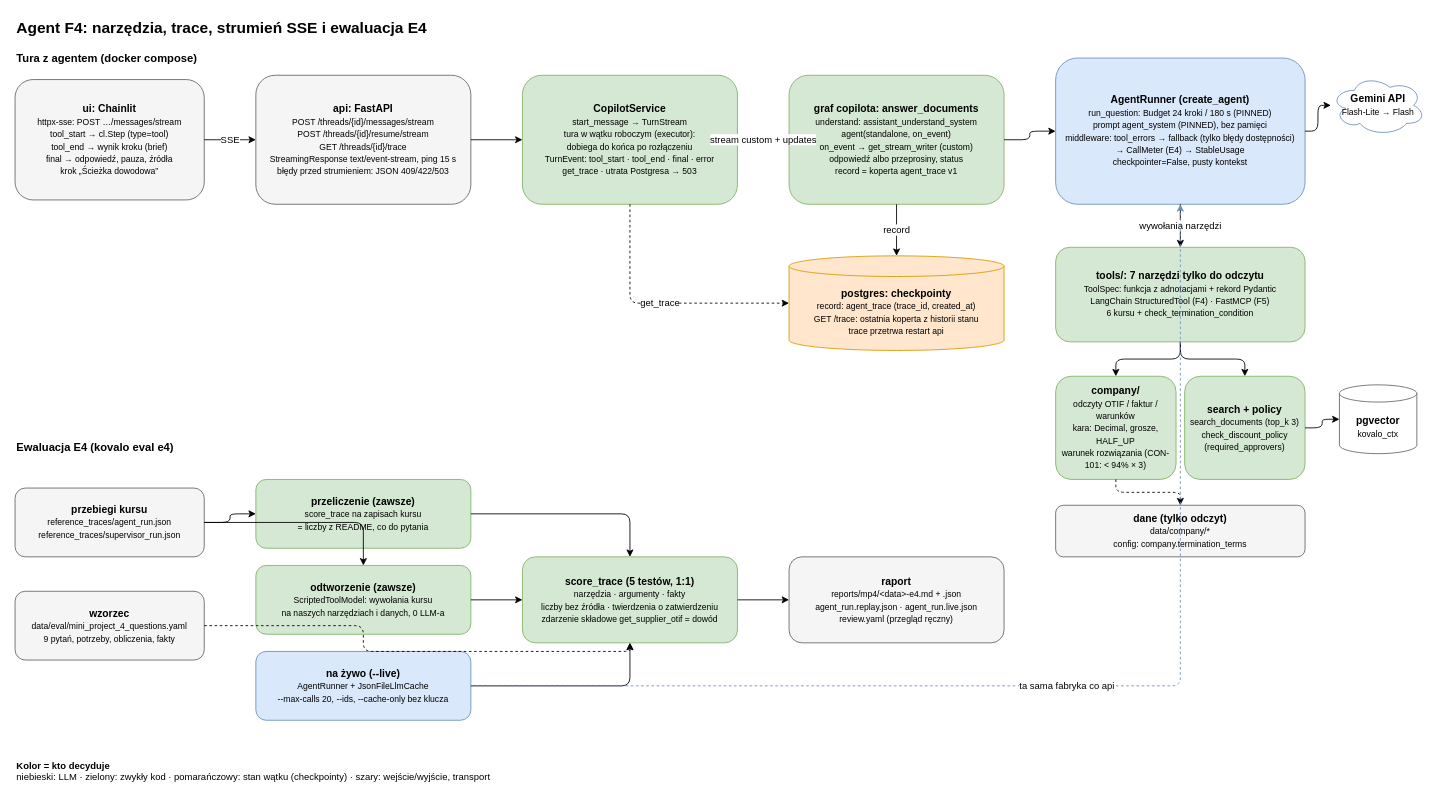
Before: page "6. Agent F4: narzędzia, trace, SSE, E4" (6 of 7) of docs/architecture/kovalo-architecture.drawio in oszypczy/kovalo-copilot, a draw.io diagram. Source tidied: cells renumbered, new cells numbered last; positions are measured from the earlier drawing's top-left corner, leaving out a move shared by most shapes. Both pictures are drawn from the tidied source at 86%, with x=0, y=0 at pixel (15, 15).
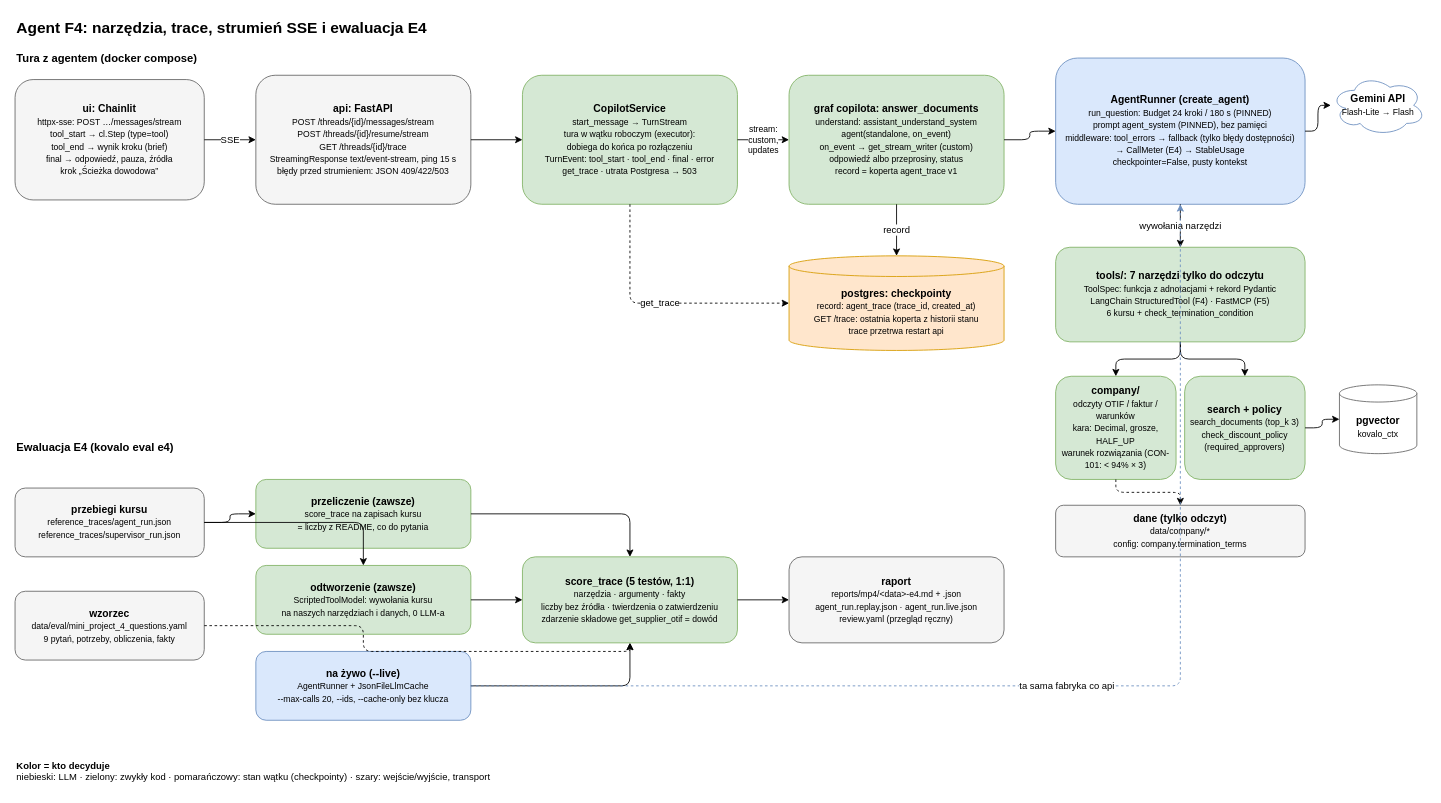
The same page after the edit.

The change refers to these unchanged cells:
```xml
<mxCell id="6" value="&lt;b&gt;CopilotService&lt;/b&gt;&lt;br&gt;&lt;font style=&quot;font-size:10px&quot;&gt;start_message → TurnStream&lt;br&gt;tura w wątku roboczym (executor):&lt;br&gt;dobiega do końca po rozłączeniu&lt;br&gt;TurnEvent: tool_start · tool_end · final · error&lt;br&gt;get_trace · utrata Postgresa → 503&lt;/font&gt;" style="rounded=1;fillColor=#d5e8d4;strokeColor=#82b366;whiteSpace=wrap;html=1;" parent="1" vertex="1">
  <mxGeometry x="590" y="70" width="250" height="150" as="geometry" />
</mxCell>
<mxCell id="7" value="&lt;b&gt;graf copilota: answer_documents&lt;/b&gt;&lt;br&gt;&lt;font style=&quot;font-size:10px&quot;&gt;understand: assistant_understand_system&lt;br&gt;agent(standalone, on_event)&lt;br&gt;on_event → get_stream_writer (custom)&lt;br&gt;odpowiedź albo przeprosiny, status&lt;br&gt;record = koperta agent_trace v1&lt;/font&gt;" style="rounded=1;fillColor=#d5e8d4;strokeColor=#82b366;whiteSpace=wrap;html=1;" parent="1" vertex="1">
  <mxGeometry x="900" y="70" width="250" height="150" as="geometry" />
</mxCell>
```

Diff of the diagram source:
```diff
@@
-    <mxCell id="18" value="stream custom + updates" style="edgeStyle=orthogonalEdgeStyle;rounded=1;html=1;defaultLabelBackgroundColor=page;" parent="1" edge="1" source="6" target="7">
+    <mxCell id="18" value="stream:&lt;br&gt;custom,&lt;br&gt;updates" style="edgeStyle=orthogonalEdgeStyle;rounded=1;html=1;defaultLabelBackgroundColor=page;fontSize=10;" parent="1" edge="1" source="6" target="7">
       <mxGeometry relative="1" as="geometry" />
     </mxCell>
```
